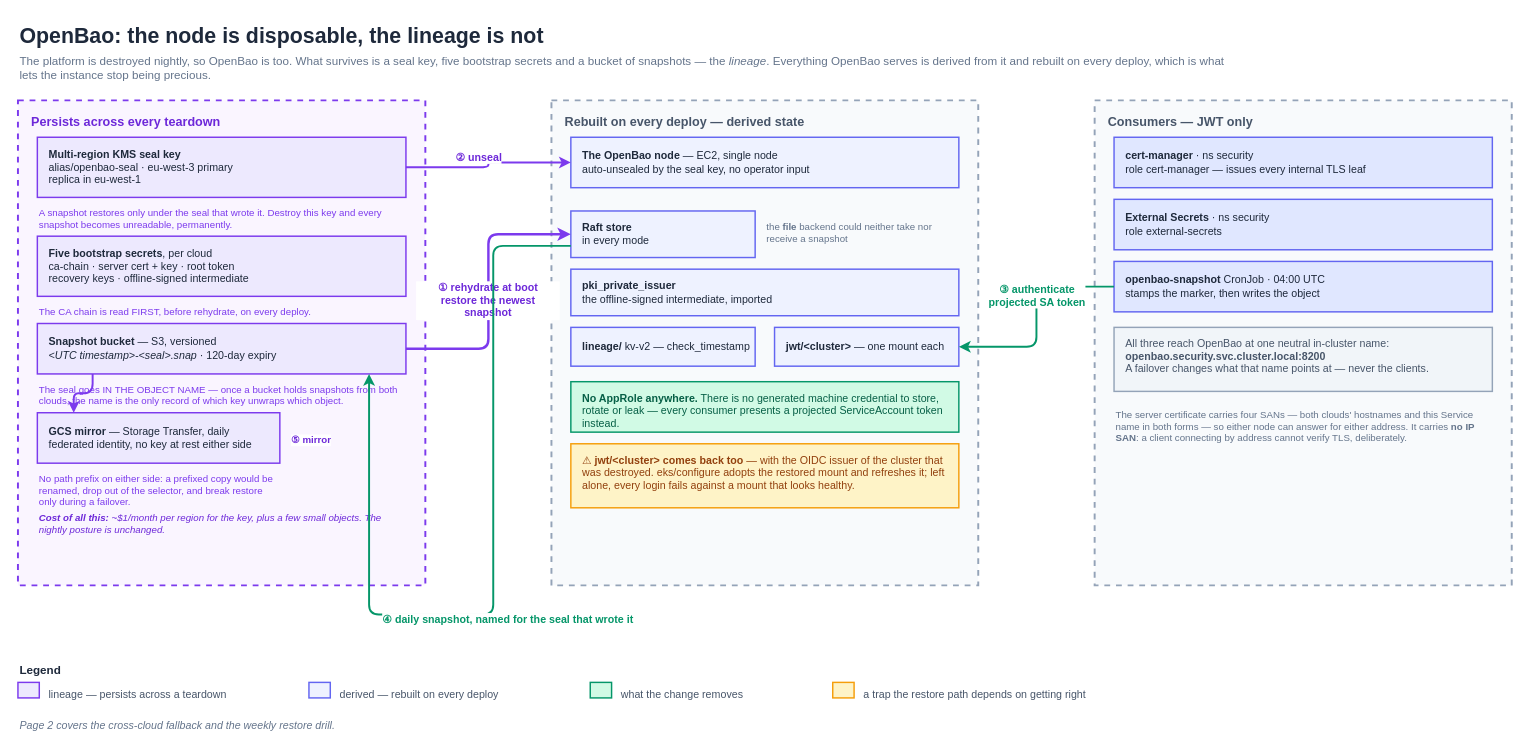
Above: page "The lineage" (1 of 2) of docs/architecture/openbao-lineage.drawio in Smana/cloud-native-ref (draw.io), before the change. Source tidied: cells renumbered, new cells numbered last; positions are measured from the earlier drawing's top-left corner, leaving out a move shared by most shapes. Both pictures are drawn from the tidied source at 97%, with x=0, y=0 at pixel (17, 16).
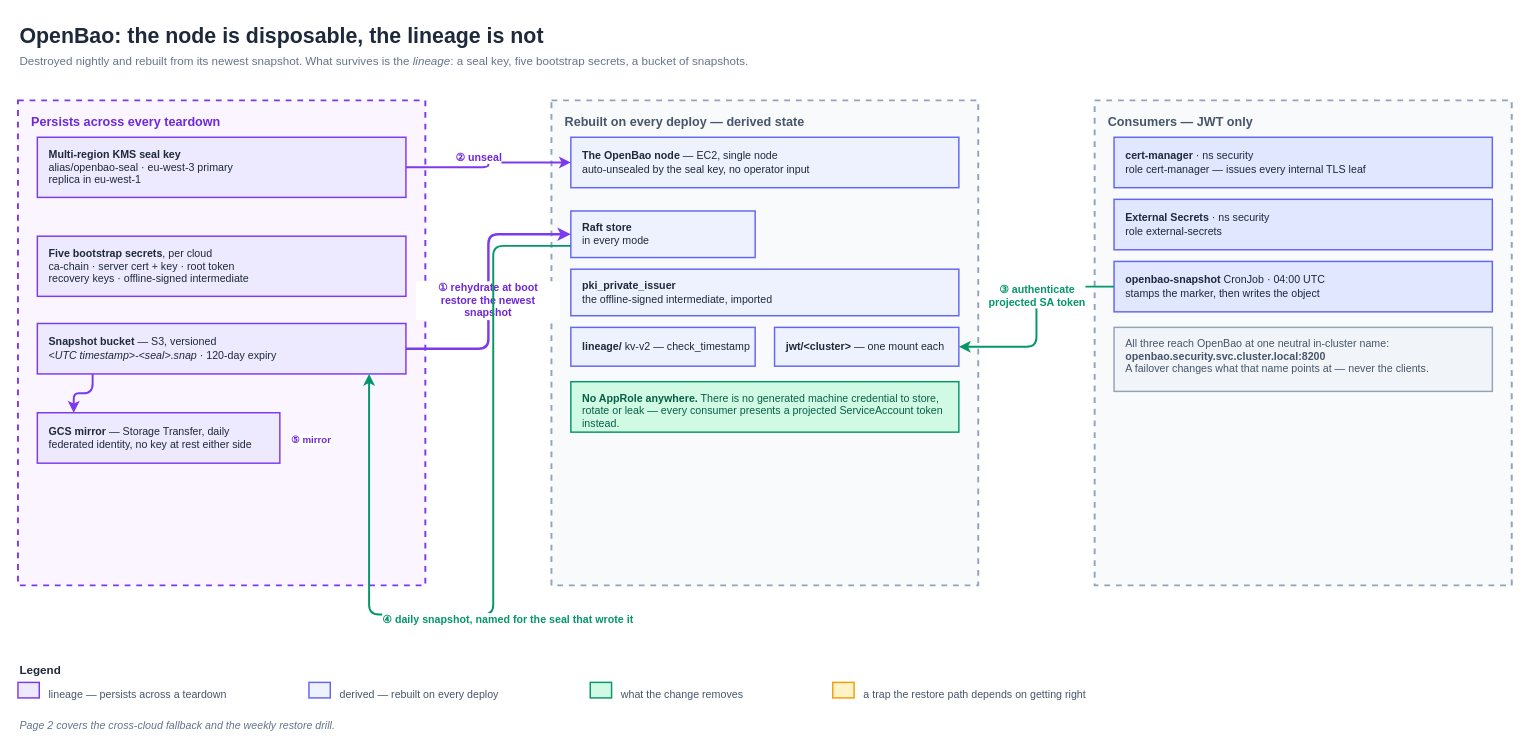
Above is the later version.

Commit message (it also covers changes not shown here):
docs(openbao): let the diagrams be diagrams, and give the overview one

Change to the diagram source:
```diff
@@
-    <mxCell id="3" value="The platform is destroyed nightly, so OpenBao is too. What survives is a seal key, five bootstrap secrets and a bucket of snapshots — the &lt;i&gt;lineage&lt;/i&gt;. Everything OpenBao serves is derived from it and rebuilt on every deploy, which is what lets the instance stop being precious." style="text;html=1;fontFamily=Helvetica;fontSize=12;fontColor=#64748B;align=left;verticalAlign=top;whiteSpace=wrap;" parent="1" vertex="1">
+    <mxCell id="3" value="Destroyed nightly and rebuilt from its newest snapshot. What survives is the &lt;i&gt;lineage&lt;/i&gt;: a seal key, five bootstrap secrets, a bucket of snapshots." style="text;html=1;fontFamily=Helvetica;fontSize=12;fontColor=#64748B;align=left;verticalAlign=top;whiteSpace=wrap;" parent="1" vertex="1">
       <mxGeometry y="32" width="1250" height="34" as="geometry" />
     </mxCell>
@@
-    <mxCell id="6" value="A snapshot restores only under the seal that wrote it. Destroy this key and every snapshot becomes unreadable, permanently." style="text;html=1;fontFamily=Helvetica;fontSize=10;fontColor=#7C3AED;align=left;verticalAlign=top;whiteSpace=wrap;" parent="1" vertex="1">
-      <mxGeometry x="20" y="190" width="380" height="28" as="geometry" />
-    </mxCell>
@@
-    <mxCell id="8" value="The CA chain is read FIRST, before rehydrate, on every deploy." style="text;html=1;fontFamily=Helvetica;fontSize=10;fontColor=#7C3AED;align=left;verticalAlign=top;whiteSpace=wrap;" parent="1" vertex="1">
-      <mxGeometry x="20" y="292" width="380" height="16" as="geometry" />
-    </mxCell>
@@
-    <mxCell id="10" value="The seal goes IN THE OBJECT NAME — once a bucket holds snapshots from both clouds, the name is the only record of which key unwraps which object." style="text;html=1;fontFamily=Helvetica;fontSize=10;fontColor=#7C3AED;align=left;verticalAlign=top;whiteSpace=wrap;" parent="1" vertex="1">
-      <mxGeometry x="20" y="372" width="380" height="28" as="geometry" />
-    </mxCell>
@@
-    <mxCell id="12" value="No path prefix on either side: a prefixed copy would be renamed, drop out of the selector, and break restore only during a failover." style="text;html=1;fontFamily=Helvetica;fontSize=10;fontColor=#7C3AED;align=left;verticalAlign=top;whiteSpace=wrap;" parent="1" vertex="1">
-      <mxGeometry x="20" y="464" width="250" height="40" as="geometry" />
-    </mxCell>
-    <mxCell id="13" value="&lt;b&gt;Cost of all this:&lt;/b&gt; ~$1/month per region for the key, plus a few small objects. The nightly posture is unchanged." style="text;html=1;fontFamily=Helvetica;fontSize=10;fontStyle=2;fontColor=#6D28D9;align=left;verticalAlign=top;whiteSpace=wrap;" parent="1" vertex="1">
-      <mxGeometry x="20" y="504" width="380" height="28" as="geometry" />
-    </mxCell>
@@
-    <mxCell id="17" value="the &lt;b&gt;file&lt;/b&gt; backend could neither take nor receive a snapshot" style="text;html=1;fontFamily=Helvetica;fontSize=10;fontColor=#64748B;align=left;verticalAlign=top;whiteSpace=wrap;" parent="1" vertex="1">
-      <mxGeometry x="770" y="204" width="200" height="28" as="geometry" />
-    </mxCell>
@@
-    <mxCell id="22" value="⚠  &lt;b&gt;jwt/&amp;lt;cluster&amp;gt; comes back too&lt;/b&gt; — with the OIDC issuer of the cluster that was destroyed. eks/configure adopts the restored mount and refreshes it; left alone, every login fails against a mount that looks healthy." style="rounded=0;html=1;fillColor=#FEF3C7;strokeColor=#F59E0B;strokeWidth=1.5;whiteSpace=wrap;align=left;spacingLeft=10;spacingTop=4;verticalAlign=top;fontFamily=Helvetica;fontSize=11;fontColor=#92400E;" parent="1" vertex="1">
-      <mxGeometry x="570" y="440" width="400" height="66" as="geometry" />
-    </mxCell>
@@
-    <mxCell id="28" value="The server certificate carries four SANs — both clouds' hostnames and this Service name in both forms — so either node can answer for either address. It carries &lt;b&gt;no IP SAN&lt;/b&gt;: a client connecting by address cannot verify TLS, deliberately." style="text;html=1;fontFamily=Helvetica;fontSize=10;fontColor=#64748B;align=left;verticalAlign=top;whiteSpace=wrap;" parent="1" vertex="1">
-      <mxGeometry x="1130" y="398" width="390" height="56" as="geometry" />
-    </mxCell>
```
